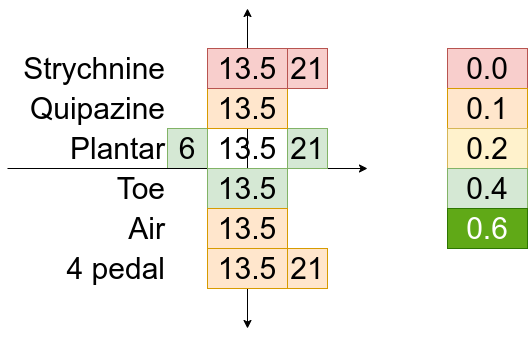
Above: doc/diagram/similarity_space.png in research-team/memristive-spinal-cord (draw.io), before the change. Source tidied: cells renumbered, new cells last; positions are measured from the earlier drawing's top-left corner, leaving out a move shared by most shapes.
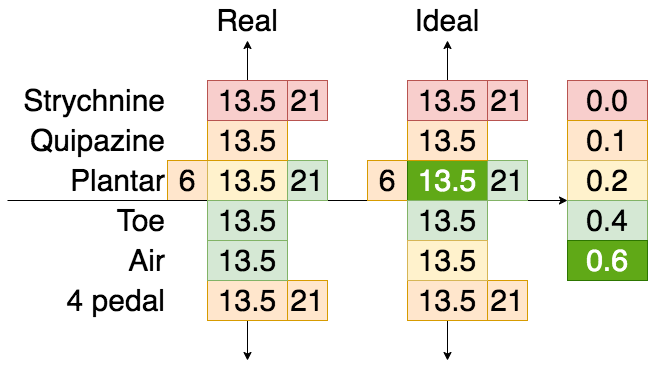
The same file after the commit.

Commit message:
completed similarity space

Diff of the diagram source:
```diff
@@ -8,15 +8,15 @@
         <mxPoint x="240" as="targetPoint" />
       </mxGeometry>
     </mxCell>
-    <mxCell id="3" value="&lt;font style=&quot;font-size: 30px&quot;&gt;6&lt;/font&gt;" style="text;html=1;strokeColor=#82b366;fillColor=#d5e8d4;align=center;verticalAlign=middle;whiteSpace=wrap;rounded=0;" parent="1" vertex="1">
+    <mxCell id="3" value="&lt;font style=&quot;font-size: 30px&quot;&gt;6&lt;/font&gt;" style="text;html=1;strokeColor=#d79b00;fillColor=#ffe6cc;align=center;verticalAlign=middle;whiteSpace=wrap;rounded=0;" parent="1" vertex="1">
       <mxGeometry x="160" y="120" width="40" height="40" as="geometry" />
     </mxCell>
     <mxCell id="4" style="endArrow=classic;html=1;exitX=0;exitY=0;exitDx=0;exitDy=0;" parent="1" edge="1" source="10">
       <mxGeometry relative="1" as="geometry">
-        <mxPoint x="360" y="160" as="targetPoint" />
+        <mxPoint x="560" y="160" as="targetPoint" />
       </mxGeometry>
     </mxCell>
-    <mxCell id="5" value="&lt;font style=&quot;font-size: 30px&quot;&gt;13.5&lt;/font&gt;" style="text;html=1;strokeColor=none;fillColor=none;align=center;verticalAlign=middle;whiteSpace=wrap;rounded=0;" parent="1" vertex="1">
+    <mxCell id="5" value="&lt;font style=&quot;font-size: 30px&quot;&gt;13.5&lt;/font&gt;" style="text;html=1;strokeColor=#d6b656;fillColor=#fff2cc;align=center;verticalAlign=middle;whiteSpace=wrap;rounded=0;" parent="1" vertex="1">
       <mxGeometry x="200" y="120" width="80" height="40" as="geometry" />
     </mxCell>
     <mxCell id="6" value="&lt;font style=&quot;font-size: 30px&quot;&gt;21&lt;br&gt;&lt;/font&gt;" style="text;html=1;strokeColor=#82b366;fillColor=#d5e8d4;align=center;verticalAlign=middle;whiteSpace=wrap;rounded=0;" parent="1" vertex="1">
@@ -49,7 +49,7 @@
     <mxCell id="15" value="&lt;font style=&quot;font-size: 30px&quot;&gt;13.5&lt;/font&gt;" style="text;html=1;strokeColor=#82b366;fillColor=#d5e8d4;align=center;verticalAlign=middle;whiteSpace=wrap;rounded=0;" parent="1" vertex="1">
       <mxGeometry x="200" y="160" width="80" height="40" as="geometry" />
     </mxCell>
-    <mxCell id="16" value="&lt;font style=&quot;font-size: 30px&quot;&gt;13.5&lt;/font&gt;" style="text;html=1;strokeColor=#d79b00;fillColor=#ffe6cc;align=center;verticalAlign=middle;whiteSpace=wrap;rounded=0;" parent="1" vertex="1">
+    <mxCell id="16" value="&lt;font style=&quot;font-size: 30px&quot;&gt;13.5&lt;/font&gt;" style="text;html=1;strokeColor=#82b366;fillColor=#d5e8d4;align=center;verticalAlign=middle;whiteSpace=wrap;rounded=0;" parent="1" vertex="1">
       <mxGeometry x="200" y="200" width="80" height="40" as="geometry" />
     </mxCell>
     <mxCell id="17" value="&lt;font style=&quot;font-size: 30px&quot;&gt;13.5&lt;/font&gt;" style="text;html=1;strokeColor=#d79b00;fillColor=#ffe6cc;align=center;verticalAlign=middle;whiteSpace=wrap;rounded=0;" parent="1" vertex="1">
@@ -62,19 +62,61 @@
       <mxGeometry x="280" y="40" width="40" height="40" as="geometry" />
     </mxCell>
     <mxCell id="20" value="&lt;font style=&quot;font-size: 30px&quot;&gt;0.0&lt;/font&gt;" style="text;html=1;strokeColor=#b85450;fillColor=#f8cecc;align=center;verticalAlign=middle;whiteSpace=wrap;rounded=0;" parent="1" vertex="1">
-      <mxGeometry x="440" y="40" width="80" height="40" as="geometry" />
+      <mxGeometry x="560" y="40" width="80" height="40" as="geometry" />
     </mxCell>
     <mxCell id="21" value="&lt;font style=&quot;font-size: 30px&quot;&gt;0.1&lt;/font&gt;" style="text;html=1;strokeColor=#d79b00;fillColor=#ffe6cc;align=center;verticalAlign=middle;whiteSpace=wrap;rounded=0;" parent="1" vertex="1">
-      <mxGeometry x="440" y="80" width="80" height="40" as="geometry" />
+      <mxGeometry x="560" y="80" width="80" height="40" as="geometry" />
     </mxCell>
     <mxCell id="22" value="&lt;font style=&quot;font-size: 30px&quot;&gt;0.2&lt;/font&gt;" style="text;html=1;strokeColor=#d6b656;fillColor=#fff2cc;align=center;verticalAlign=middle;whiteSpace=wrap;rounded=0;" parent="1" vertex="1">
-      <mxGeometry x="440" y="120" width="80" height="40" as="geometry" />
+      <mxGeometry x="560" y="120" width="80" height="40" as="geometry" />
     </mxCell>
     <mxCell id="23" value="&lt;span style=&quot;font-size: 30px&quot;&gt;0.4&lt;/span&gt;" style="text;html=1;strokeColor=#82b366;fillColor=#d5e8d4;align=center;verticalAlign=middle;whiteSpace=wrap;rounded=0;" parent="1" vertex="1">
-      <mxGeometry x="440" y="160" width="80" height="40" as="geometry" />
+      <mxGeometry x="560" y="160" width="80" height="40" as="geometry" />
     </mxCell>
     <mxCell id="24" value="&lt;span style=&quot;font-size: 30px&quot;&gt;0.6&lt;br&gt;&lt;/span&gt;" style="text;html=1;strokeColor=#2D7600;fillColor=#60a917;align=center;verticalAlign=middle;whiteSpace=wrap;rounded=0;fontColor=#ffffff;" parent="1" vertex="1">
-      <mxGeometry x="440" y="200" width="80" height="40" as="geometry" />
+      <mxGeometry x="560" y="200" width="80" height="40" as="geometry" />
     </mxCell>
+    <mxCell id="25" style="endArrow=classic;html=1;startArrow=classic;startFill=1;" parent="1" edge="1">
+      <mxGeometry relative="1" as="geometry">
+        <mxPoint x="440" y="320" as="sourcePoint" />
+        <mxPoint x="440" as="targetPoint" />
+      </mxGeometry>
+    </mxCell>
+    <mxCell id="26" value="&lt;font style=&quot;font-size: 30px&quot;&gt;6&lt;/font&gt;" style="text;html=1;strokeColor=#d79b00;fillColor=#ffe6cc;align=center;verticalAlign=middle;whiteSpace=wrap;rounded=0;" parent="1" vertex="1">
+      <mxGeometry x="360" y="120" width="40" height="40" as="geometry" />
+    </mxCell>
+    <mxCell id="27" value="&lt;font style=&quot;font-size: 30px&quot;&gt;13.5&lt;/font&gt;" style="text;html=1;strokeColor=#2D7600;fillColor=#60a917;align=center;verticalAlign=middle;whiteSpace=wrap;rounded=0;fontColor=#ffffff;" parent="1" vertex="1">
+      <mxGeometry x="400" y="120" width="80" height="40" as="geometry" />
+    </mxCell>
+    <mxCell id="28" value="&lt;font style=&quot;font-size: 30px&quot;&gt;21&lt;br&gt;&lt;/font&gt;" style="text;html=1;strokeColor=#82b366;fillColor=#d5e8d4;align=center;verticalAlign=middle;whiteSpace=wrap;rounded=0;" parent="1" vertex="1">
+      <mxGeometry x="480" y="120" width="40" height="40" as="geometry" />
+    </mxCell>
+    <mxCell id="29" value="&lt;font style=&quot;font-size: 30px&quot;&gt;21&lt;br&gt;&lt;/font&gt;" style="text;html=1;strokeColor=#d79b00;fillColor=#ffe6cc;align=center;verticalAlign=middle;whiteSpace=wrap;rounded=0;" parent="1" vertex="1">
+      <mxGeometry x="480" y="240" width="40" height="40" as="geometry" />
+    </mxCell>
+    <mxCell id="30" value="&lt;font style=&quot;font-size: 30px&quot;&gt;13.5&lt;/font&gt;" style="text;html=1;strokeColor=#d79b00;fillColor=#ffe6cc;align=center;verticalAlign=middle;whiteSpace=wrap;rounded=0;" parent="1" vertex="1">
+      <mxGeometry x="400" y="240" width="80" height="40" as="geometry" />
+    </mxCell>
+    <mxCell id="31" value="&lt;font style=&quot;font-size: 30px&quot;&gt;13.5&lt;/font&gt;" style="text;html=1;strokeColor=#82b366;fillColor=#d5e8d4;align=center;verticalAlign=middle;whiteSpace=wrap;rounded=0;" parent="1" vertex="1">
+      <mxGeometry x="400" y="160" width="80" height="40" as="geometry" />
+    </mxCell>
+    <mxCell id="32" value="&lt;font style=&quot;font-size: 30px&quot;&gt;13.5&lt;/font&gt;" style="text;html=1;strokeColor=#d6b656;fillColor=#fff2cc;align=center;verticalAlign=middle;whiteSpace=wrap;rounded=0;" parent="1" vertex="1">
+      <mxGeometry x="400" y="200" width="80" height="40" as="geometry" />
+    </mxCell>
+    <mxCell id="33" value="&lt;font style=&quot;font-size: 30px&quot;&gt;13.5&lt;/font&gt;" style="text;html=1;strokeColor=#d79b00;fillColor=#ffe6cc;align=center;verticalAlign=middle;whiteSpace=wrap;rounded=0;" parent="1" vertex="1">
+      <mxGeometry x="400" y="80" width="80" height="40" as="geometry" />
+    </mxCell>
+    <mxCell id="34" value="&lt;font style=&quot;font-size: 30px&quot;&gt;13.5&lt;/font&gt;" style="text;html=1;strokeColor=#b85450;fillColor=#f8cecc;align=center;verticalAlign=middle;whiteSpace=wrap;rounded=0;" parent="1" vertex="1">
+      <mxGeometry x="400" y="40" width="80" height="40" as="geometry" />
+    </mxCell>
+    <mxCell id="35" value="&lt;font style=&quot;font-size: 30px&quot;&gt;21&lt;br&gt;&lt;/font&gt;" style="text;html=1;strokeColor=#b85450;fillColor=#f8cecc;align=center;verticalAlign=middle;whiteSpace=wrap;rounded=0;" parent="1" vertex="1">
+      <mxGeometry x="480" y="40" width="40" height="40" as="geometry" />
+    </mxCell>
+    <mxCell id="36" value="&lt;span style=&quot;font-size: 30px&quot;&gt;Real&lt;/span&gt;" style="text;html=1;strokeColor=none;fillColor=none;align=center;verticalAlign=middle;whiteSpace=wrap;rounded=0;" parent="1" vertex="1">
+      <mxGeometry x="160" y="-40" width="160" height="40" as="geometry" />
+    </mxCell>
+    <mxCell id="37" value="&lt;span style=&quot;font-size: 30px&quot;&gt;Ideal&lt;/span&gt;" style="text;html=1;strokeColor=none;fillColor=none;align=center;verticalAlign=middle;whiteSpace=wrap;rounded=0;" parent="1" vertex="1">
+      <mxGeometry x="360" y="-40" width="160" height="40" as="geometry" />
+    </mxCell>
   </root>
 </mxGraphModel>
```
